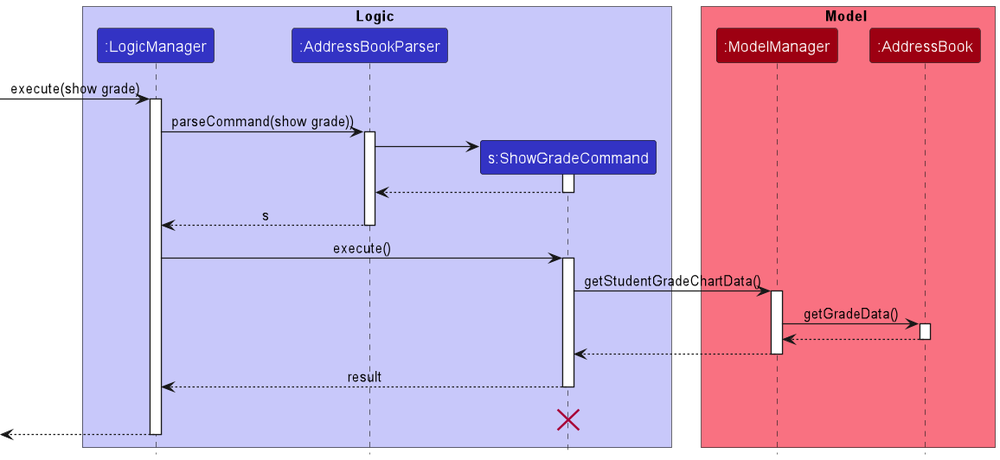
The PlantUML diagram docs/images/ShowGradeSequenceDiagram.png in nus-cs2103-AY2223S1/tp, before a commit. Its source is kept beside it as docs/diagrams/ShowGradeSequenceDiagram.puml. Its diagram source:
```plantuml
@startuml
!include style.puml

box Logic LOGIC_COLOR_T1
participant ":LogicManager" as LogicManager LOGIC_COLOR
participant ":AddressBookParser" as AddressBookParser LOGIC_COLOR
participant "s:ShowGradeCommand" as ShowGradeCommand LOGIC_COLOR
end box

box Model MODEL_COLOR_T1
participant ":ModelManager" as ModelManager MODEL_COLOR
participant ":AddressBook" as AddressBook MODEL_COLOR
end box
[-> LogicManager : execute(show grade)
activate LogicManager

LogicManager -> AddressBookParser : parseCommand(show grade))
activate AddressBookParser

create ShowGradeCommand
AddressBookParser -> ShowGradeCommand
activate ShowGradeCommand

ShowGradeCommand --> AddressBookParser
deactivate ShowGradeCommand

AddressBookParser --> LogicManager : s
deactivate AddressBookParser

LogicManager -> ShowGradeCommand : execute()
activate ShowGradeCommand

ShowGradeCommand -> ModelManager : getStudentGradeChartData()
activate ModelManager

ModelManager -> AddressBook : getGradeData()
activate AddressBook

AddressBook --> ModelManager :
deactivate AddressBook

ModelManager --> ShowGradeCommand
deactivate ModelManager

ShowGradeCommand --> LogicManager : result
deactivate ShowGradeCommand
ShowGradeCommand -[hidden]-> LogicManager : result
destroy ShowGradeCommand

[<--LogicManager
deactivate LogicManager
@enduml
```
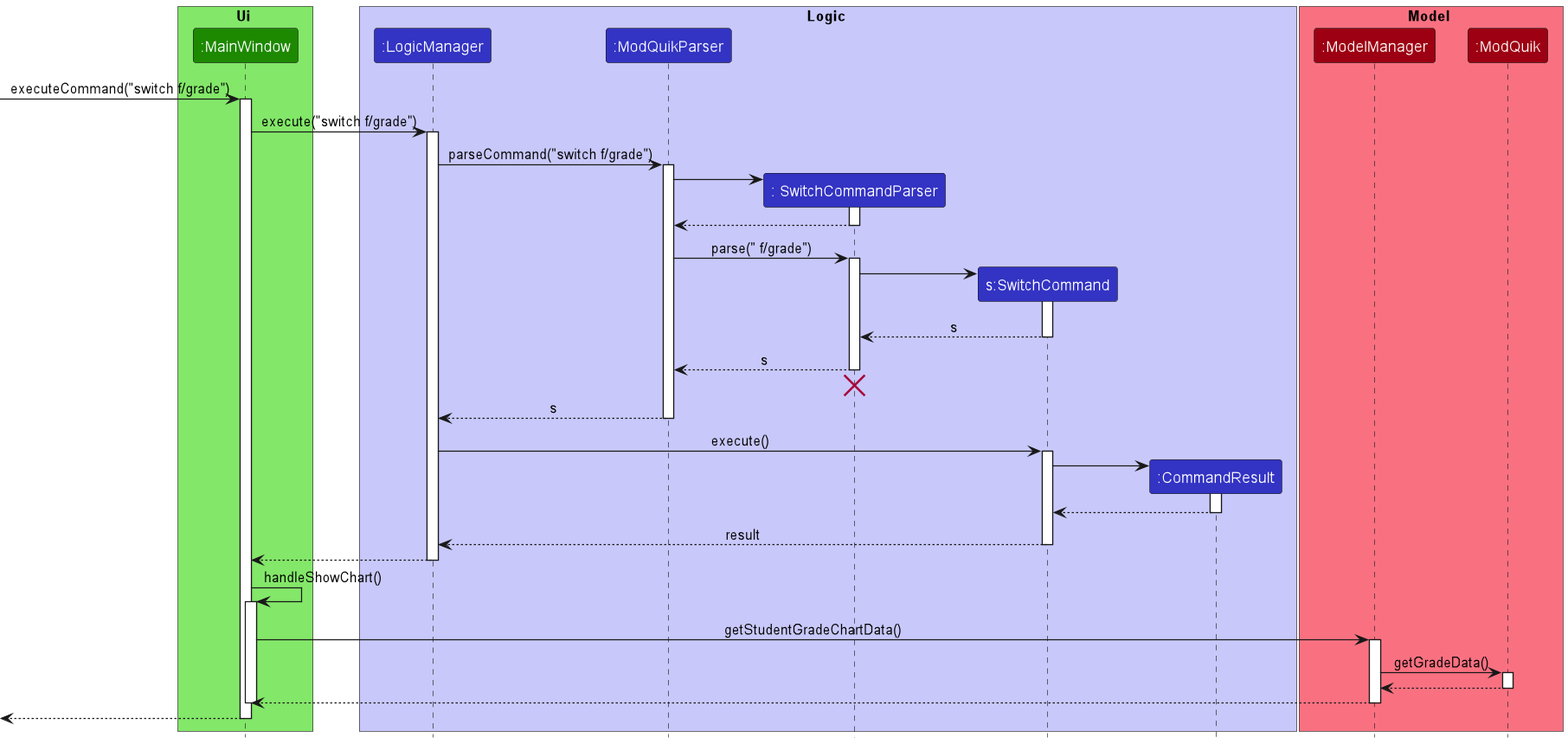
After the change.

Commit message:
Add implementation of grade feature

Change to the diagram source:
```diff
@@ -1,52 +1,89 @@
 @startuml
 !include style.puml
 
+box Ui UI_COLOR_T1
+participant ":MainWindow" as MainWindow UI_COLOR
+end box
+
 box Logic LOGIC_COLOR_T1
 participant ":LogicManager" as LogicManager LOGIC_COLOR
-participant ":AddressBookParser" as AddressBookParser LOGIC_COLOR
-participant "s:ShowGradeCommand" as ShowGradeCommand LOGIC_COLOR
+participant ":ModQuikParser" as ModQuikParser LOGIC_COLOR
+participant ": SwitchCommandParser" as SwitchCommandParser LOGIC_COLOR
+participant "s:SwitchCommand" as SwitchCommand LOGIC_COLOR
+participant ":CommandResult" as CommandResult LOGIC_COLOR
 end box
 
 box Model MODEL_COLOR_T1
 participant ":ModelManager" as ModelManager MODEL_COLOR
-participant ":AddressBook" as AddressBook MODEL_COLOR
+participant ":ModQuik" as ModQuik MODEL_COLOR
 end box
-[-> LogicManager : execute(show grade)
+
+[-> MainWindow : executeCommand("switch f/grade")
+activate MainWindow
+
+MainWindow -> LogicManager: execute("switch f/grade")
 activate LogicManager
 
-LogicManager -> AddressBookParser : parseCommand(show grade))
-activate AddressBookParser
+LogicManager -> ModQuikParser : parseCommand("switch f/grade")
+activate ModQuikParser
 
-create ShowGradeCommand
-AddressBookParser -> ShowGradeCommand
-activate ShowGradeCommand
+create SwitchCommandParser
+ModQuikParser -> SwitchCommandParser
+activate SwitchCommandParser
 
-ShowGradeCommand --> AddressBookParser
-deactivate ShowGradeCommand
+SwitchCommandParser --> ModQuikParser
+deactivate SwitchCommandParser
 
-AddressBookParser --> LogicManager : s
-deactivate AddressBookParser
+ModQuikParser -> SwitchCommandParser : parse(" f/grade")
+activate SwitchCommandParser
 
-LogicManager -> ShowGradeCommand : execute()
-activate ShowGradeCommand
+create SwitchCommand
+SwitchCommandParser -> SwitchCommand
+activate SwitchCommand
 
-ShowGradeCommand -> ModelManager : getStudentGradeChartData()
+SwitchCommand --> SwitchCommandParser : s
+deactivate SwitchCommand
+
+SwitchCommandParser --> ModQuikParser : s
+deactivate SwitchCommandParser
+SwitchCommandParser -[hidden]-> ModQuikParser
+destroy SwitchCommandParser
+
+ModQuikParser --> LogicManager : s
+deactivate ModQuikParser
+
+LogicManager -> SwitchCommand : execute()
+activate SwitchCommand
+
+create CommandResult
+SwitchCommand -> CommandResult
+activate CommandResult
+
+CommandResult --> SwitchCommand
+deactivate CommandResult
+
+SwitchCommand --> LogicManager : result
+deactivate SwitchCommand
+
+LogicManager --> MainWindow
+deactivate LogicManager
+
+MainWindow -> MainWindow : handleShowChart()
+activate MainWindow
+
+MainWindow -> ModelManager : getStudentGradeChartData()
 activate ModelManager
 
-ModelManager -> AddressBook : getGradeData()
-activate AddressBook
+ModelManager -> ModQuik : getGradeData()
+activate ModQuik
 
-AddressBook --> ModelManager :
-deactivate AddressBook
+ModQuik --> ModelManager
+deactivate ModQuik
 
-ModelManager --> ShowGradeCommand
+ModelManager --> MainWindow
 deactivate ModelManager
+deactivate MainWindow
 
-ShowGradeCommand --> LogicManager : result
-deactivate ShowGradeCommand
-ShowGradeCommand -[hidden]-> LogicManager : result
-destroy ShowGradeCommand
-
-[<--LogicManager
-deactivate LogicManager
+[<--MainWindow
+deactivate MainWindow
 @enduml
```
